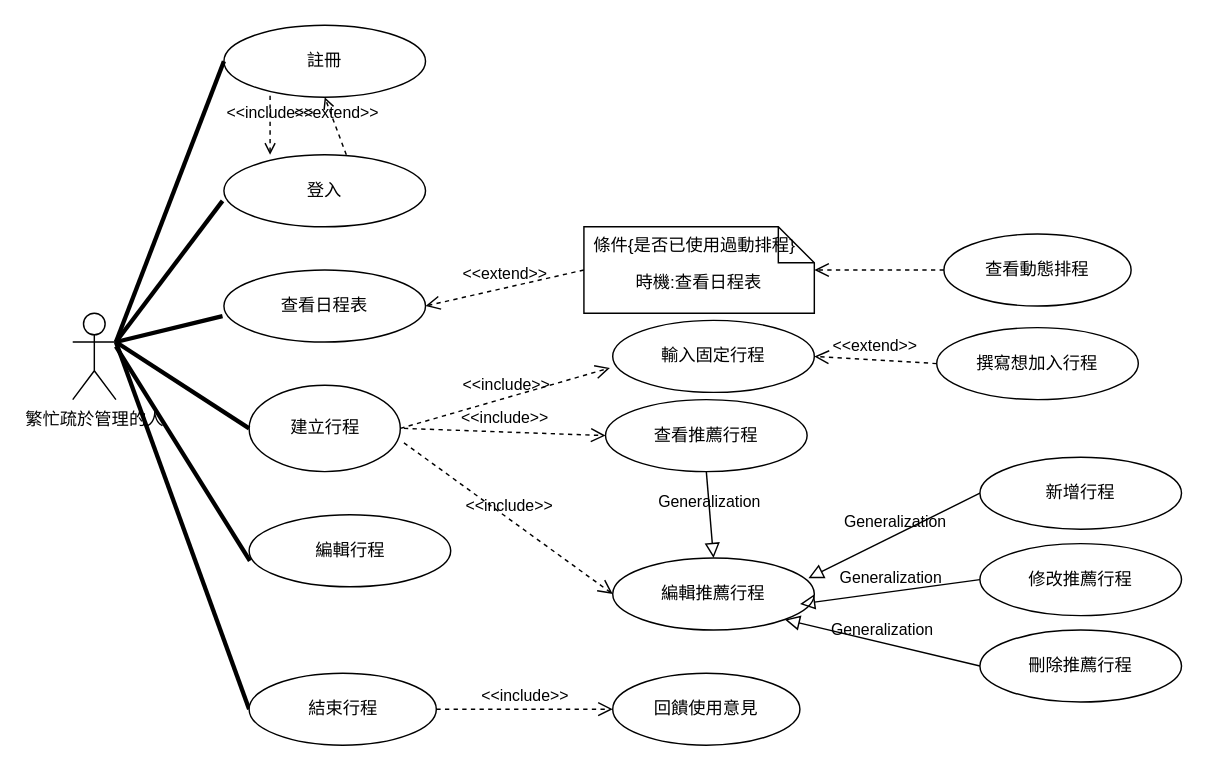
Kevincheng0804/Graduation-Topic keeps this draw.io diagram as 使用個案圖.drawio. Above is the earlier version. Source tidied: cells renumbered, new cells numbered last; positions are measured from the earlier drawing's top-left corner, leaving out a move shared by most shapes. Both pictures are drawn from the tidied source at 144%, with x=0, y=0 at pixel (72, 24).
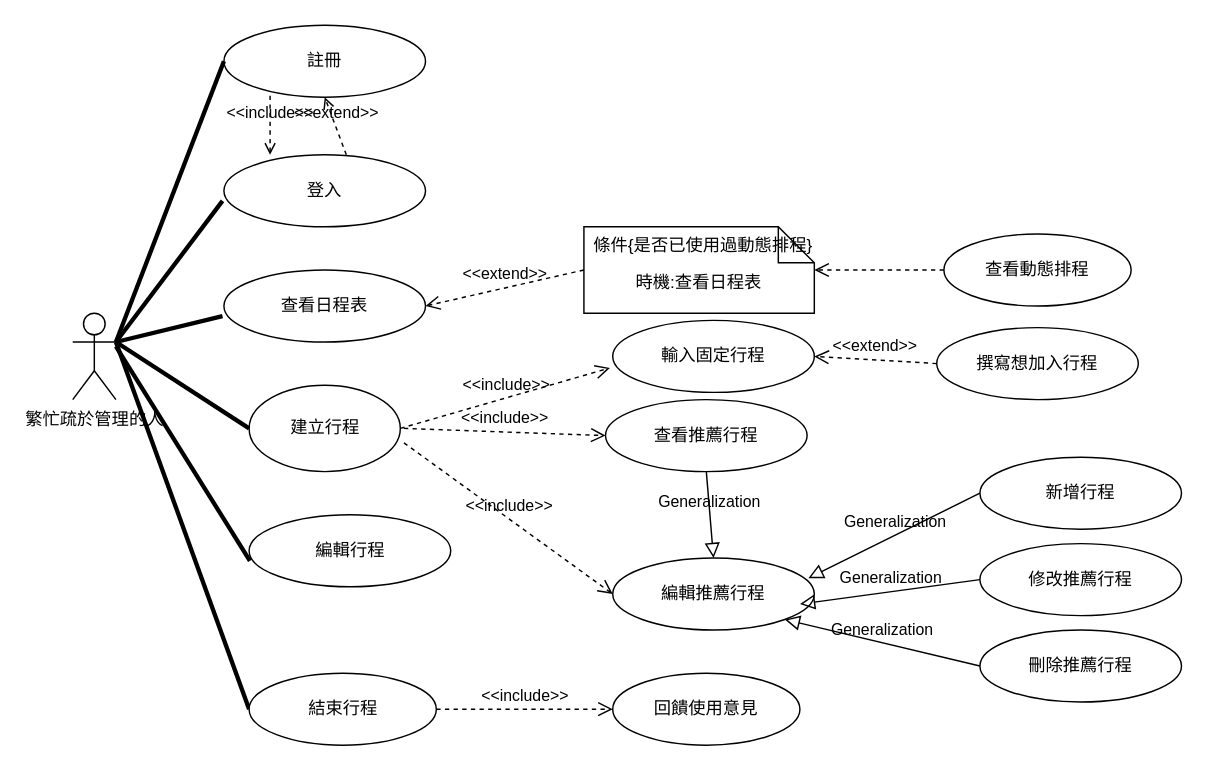
Above is the later version.

Unchanged cells that the change refers to:
```xml
<mxCell id="38" value="時機:查看日程表" style="shape=note2;boundedLbl=1;whiteSpace=wrap;html=1;size=25;verticalAlign=top;align=center;" parent="1" vertex="1">
  <mxGeometry x="355" y="140" width="160" height="60" as="geometry" />
</mxCell>
```

Diff of the diagram source:
```diff
@@
-    <mxCell id="39" value="條件{是否已使用過動排程}" style="strokeColor=none;fillColor=none;align=left;spacingLeft=5;" parent="38" vertex="1">
+    <mxCell id="39" value="條件{是否已使用過動態排程}" style="strokeColor=none;fillColor=none;align=left;spacingLeft=5;" parent="38" vertex="1">
       <mxGeometry width="160" height="25" relative="1" as="geometry" />
     </mxCell>
```
